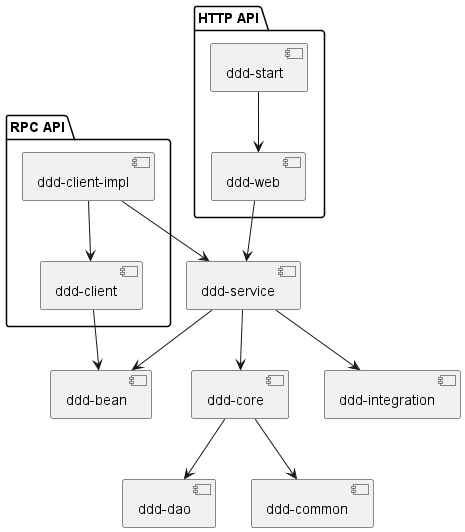
Earlier version of the PlantUML export doc/项目结构.png (Madq92/ddd).
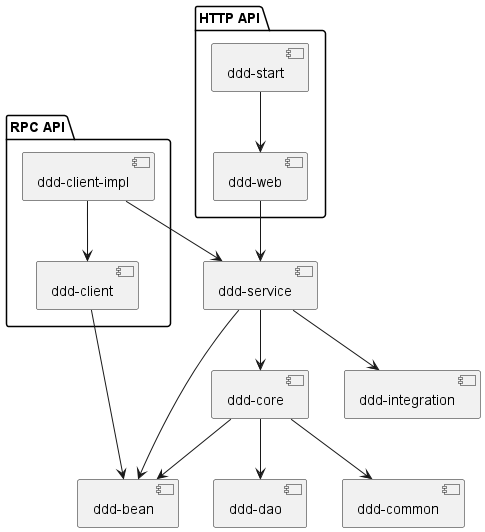
After the change.

Diff of the diagram source:
```diff
@@ -23,6 +23,7 @@
 [ddd-service] --> [ddd-bean]
 [ddd-service] --> [ddd-integration]
 
+[ddd-core] --> [ddd-bean]
 [ddd-core] --> [ddd-dao]
 [ddd-core] --> [ddd-common]
 @enduml
```
